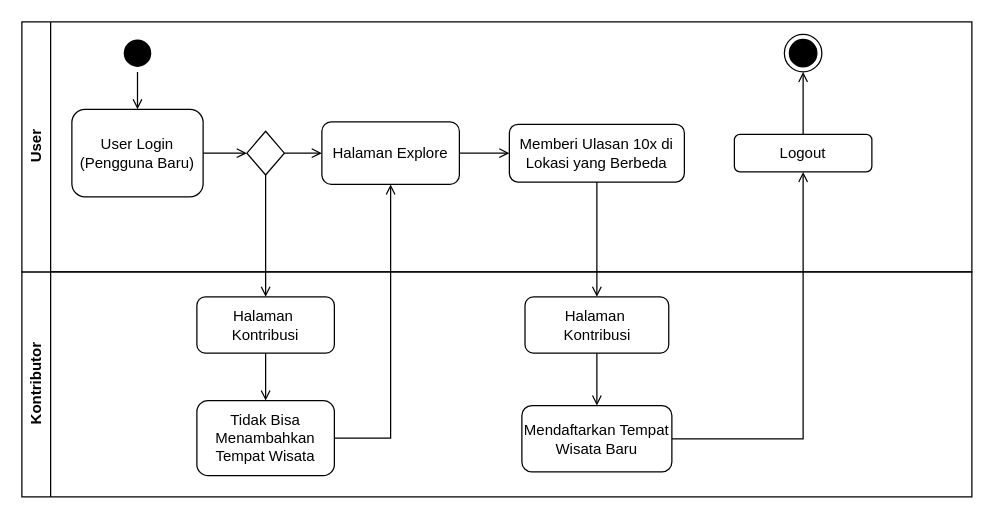
Before: docs/activity-join-contributor.drawio in neszha/artour-android, a draw.io diagram. Source tidied: cells renumbered, new cells numbered last; positions are measured from the earlier drawing's top-left corner, leaving out a move shared by most shapes. Both pictures are drawn from the tidied source at 125%, with x=0, y=0 at pixel (21, 21).
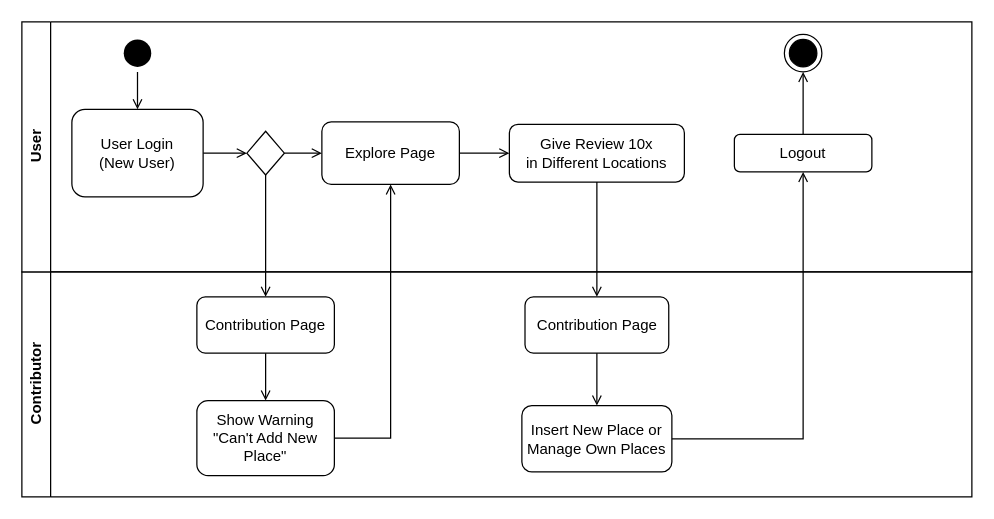
The same page after the edit.

Unchanged cells that the change refers to:
```xml
<mxCell id="9" value="User" style="swimlane;horizontal=0;whiteSpace=wrap;html=1;" parent="1" vertex="1">
  <mxGeometry width="760" height="200" as="geometry" />
</mxCell>
```

Change to the diagram source:
```diff
@@
-    <mxCell id="2" value="Kontributor" style="swimlane;horizontal=0;whiteSpace=wrap;html=1;" parent="1" vertex="1">
+    <mxCell id="2" value="Contributor" style="swimlane;horizontal=0;whiteSpace=wrap;html=1;" parent="1" vertex="1">
       <mxGeometry y="200" width="760" height="180" as="geometry" />
     </mxCell>
-    <mxCell id="3" value="Tidak Bisa Menambahkan Tempat Wisata" style="verticalAlign=middle;whiteSpace=wrap;rounded=1;" parent="2" vertex="1">
+    <mxCell id="3" value="Show Warning &quot;Can't Add New Place&quot;" style="verticalAlign=middle;whiteSpace=wrap;rounded=1;" parent="2" vertex="1">
       <mxGeometry x="140" y="103" width="110" height="60" as="geometry" />
     </mxCell>
-    <mxCell id="4" value="Mendaftarkan Tempat Wisata Baru" style="verticalAlign=middle;whiteSpace=wrap;rounded=1;" parent="2" vertex="1">
+    <mxCell id="4" value="Insert New Place or Manage Own Places" style="verticalAlign=middle;whiteSpace=wrap;rounded=1;" parent="2" vertex="1">
       <mxGeometry x="400" y="107" width="120" height="53" as="geometry" />
     </mxCell>
-    <mxCell id="5" value="Halaman &#10;Kontribusi" style="verticalAlign=middle;whiteSpace=wrap;rounded=1;" parent="2" vertex="1">
+    <mxCell id="5" value="Contribution Page" style="verticalAlign=middle;whiteSpace=wrap;rounded=1;" parent="2" vertex="1">
       <mxGeometry x="140" y="20" width="110" height="45" as="geometry" />
     </mxCell>
@@
-    <mxCell id="7" value="Halaman &#10;Kontribusi" style="verticalAlign=middle;whiteSpace=wrap;rounded=1;" parent="2" vertex="1">
+    <mxCell id="7" value="Contribution Page" style="verticalAlign=middle;whiteSpace=wrap;rounded=1;" parent="2" vertex="1">
       <mxGeometry x="402.5" y="20" width="115" height="45" as="geometry" />
     </mxCell>
@@
-    <mxCell id="13" value="User Login&#10;(Pengguna Baru)" style="verticalAlign=middle;whiteSpace=wrap;rounded=1;" parent="9" vertex="1">
+    <mxCell id="13" value="User Login&#10;(New User)" style="verticalAlign=middle;whiteSpace=wrap;rounded=1;" parent="9" vertex="1">
       <mxGeometry x="40" y="70" width="105" height="70" as="geometry" />
     </mxCell>
@@
-    <mxCell id="15" value="Halaman Explore" style="verticalAlign=middle;whiteSpace=wrap;rounded=1;" parent="9" vertex="1">
+    <mxCell id="15" value="Explore Page" style="verticalAlign=middle;whiteSpace=wrap;rounded=1;" parent="9" vertex="1">
       <mxGeometry x="240" y="80" width="110" height="50" as="geometry" />
     </mxCell>
@@
-    <mxCell id="17" value="Memberi Ulasan 10x di Lokasi yang Berbeda" style="verticalAlign=middle;whiteSpace=wrap;rounded=1;" parent="9" vertex="1">
+    <mxCell id="17" value="Give Review 10x in Different Locations" style="verticalAlign=middle;whiteSpace=wrap;rounded=1;" parent="9" vertex="1">
       <mxGeometry x="390" y="81.9" width="140" height="46.2" as="geometry" />
     </mxCell>
```
